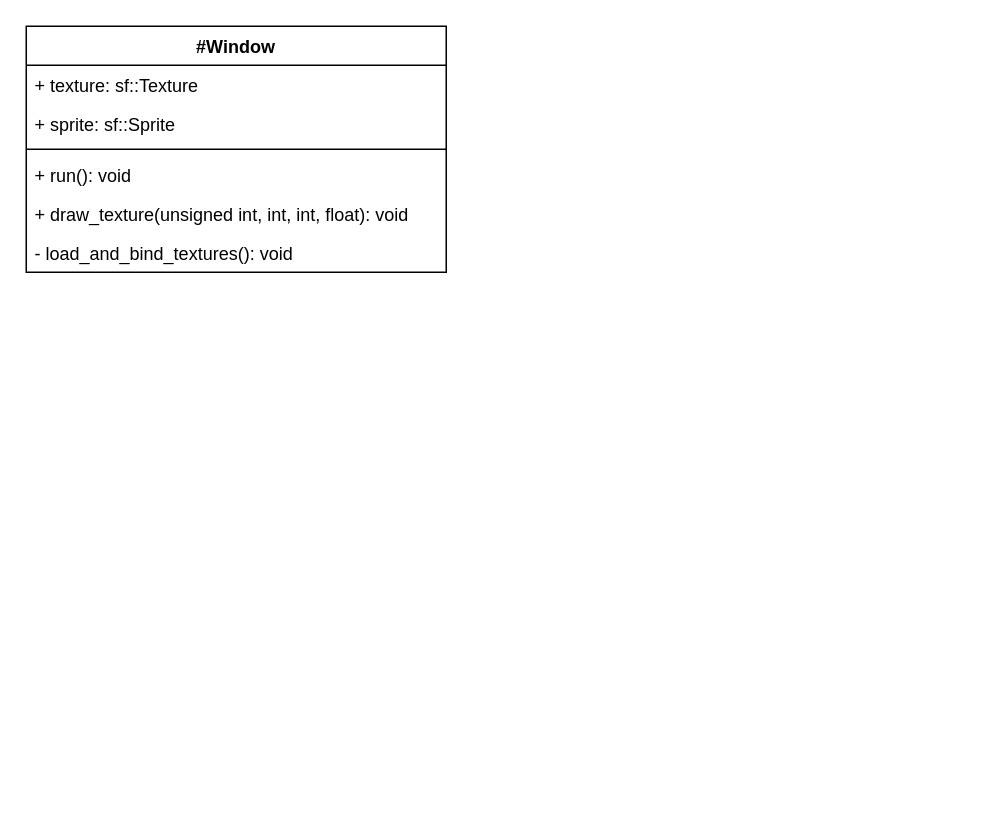
This is diagrams/class_diagram.drawio from arthurwinck/so-trab-final, a draw.io file, before an edit. Source tidied: cells renumbered, new cells numbered last; positions are measured from the earlier drawing's top-left corner, leaving out a move shared by most shapes. Both pictures are drawn from the tidied source at 150%, with x=0, y=0 at pixel (26, 26).
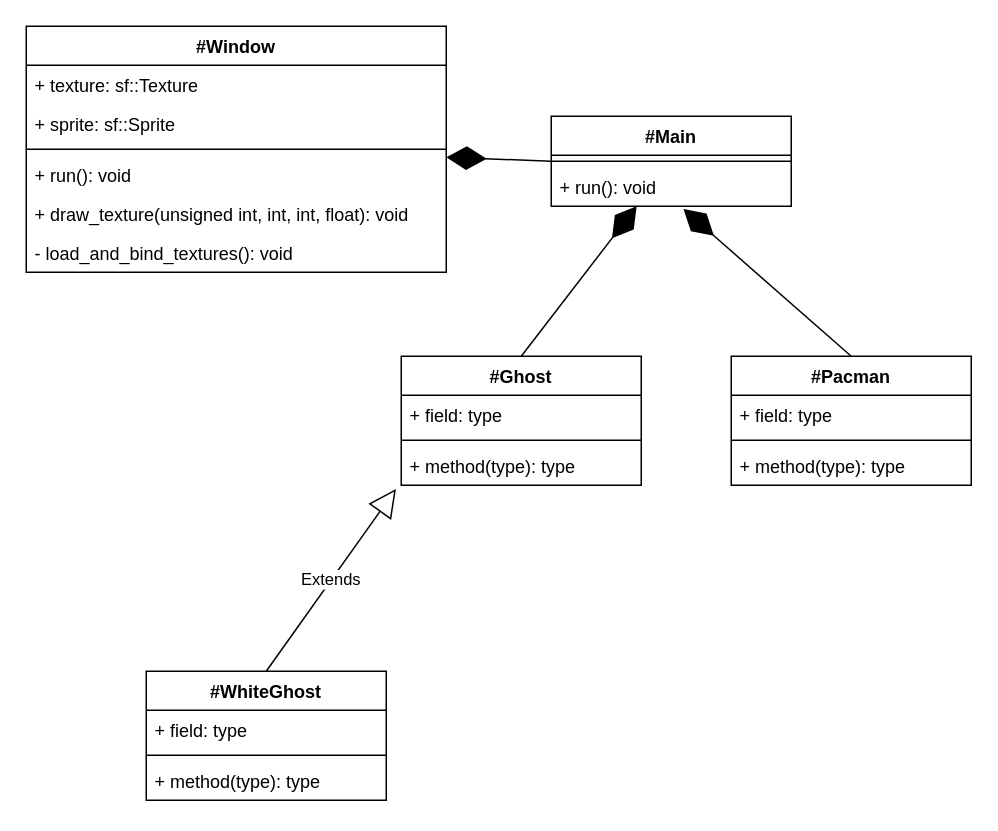
Above is the later version.

Commit message:
Início Diagramação

The change refers to these unchanged cells:
```xml
<mxCell id="2" value="#Window" style="swimlane;fontStyle=1;align=center;verticalAlign=top;horizontal=1;startSize=26;" parent="1" vertex="1">
  <mxGeometry width="280" height="164" as="geometry" />
</mxCell>
```

Change to the diagram source:
```diff
@@
+    <mxCell id="9" value="#Main" style="swimlane;fontStyle=1;align=center;verticalAlign=top;horizontal=1;startSize=26;" parent="1" vertex="1">
+      <mxGeometry x="350" y="60" width="160" height="60" as="geometry" />
+    </mxCell>
+    <mxCell id="10" style="line;strokeWidth=1;fillColor=none;align=left;verticalAlign=middle;spacingTop=-1;spacingLeft=3;spacingRight=3;labelPosition=right;" parent="9" vertex="1">
+      <mxGeometry y="26" width="160" height="8" as="geometry" />
+    </mxCell>
+    <mxCell id="11" value="+ run(): void" style="text;strokeColor=none;fillColor=none;align=left;verticalAlign=top;spacingLeft=4;spacingRight=4;overflow=hidden;points=[[0,0.5],[1,0.5]];portConstraint=eastwest;" parent="9" vertex="1">
+      <mxGeometry y="34" width="160" height="26" as="geometry" />
+    </mxCell>
+    <mxCell id="12" value="#Pacman" style="swimlane;fontStyle=1;align=center;verticalAlign=top;horizontal=1;startSize=26;" parent="1" vertex="1">
+      <mxGeometry x="470" y="220" width="160" height="86" as="geometry" />
+    </mxCell>
+    <mxCell id="13" value="+ field: type" style="text;strokeColor=none;fillColor=none;align=left;verticalAlign=top;spacingLeft=4;spacingRight=4;overflow=hidden;" parent="12" vertex="1">
+      <mxGeometry y="26" width="160" height="26" as="geometry" />
+    </mxCell>
+    <mxCell id="14" style="line;strokeWidth=1;fillColor=none;align=left;verticalAlign=middle;spacingTop=-1;spacingLeft=3;spacingRight=3;labelPosition=right;" parent="12" vertex="1">
+      <mxGeometry y="52" width="160" height="8" as="geometry" />
+    </mxCell>
+    <mxCell id="15" value="+ method(type): type" style="text;strokeColor=none;fillColor=none;align=left;verticalAlign=top;spacingLeft=4;spacingRight=4;overflow=hidden;" parent="12" vertex="1">
+      <mxGeometry y="60" width="160" height="26" as="geometry" />
+    </mxCell>
+    <mxCell id="16" style="endArrow=diamondThin;endFill=1;endSize=24;html=1;entryX=0.551;entryY=1.071;entryDx=0;entryDy=0;entryPerimeter=0;exitX=0.5;exitY=0;exitDx=0;exitDy=0;" parent="1" edge="1" source="12" target="11">
+      <mxGeometry relative="1" as="geometry" />
+    </mxCell>
+    <mxCell id="17" style="endArrow=diamondThin;endFill=1;endSize=24;html=1;exitX=0;exitY=0.5;exitDx=0;exitDy=0;" parent="1" edge="1" source="9" target="2">
+      <mxGeometry relative="1" as="geometry" />
+    </mxCell>
+    <mxCell id="18" style="endArrow=diamondThin;endFill=1;endSize=24;html=1;startArrow=none;exitX=0.5;exitY=0;exitDx=0;exitDy=0;" parent="1" edge="1" source="19" target="9">
+      <mxGeometry relative="1" as="geometry" />
+    </mxCell>
+    <mxCell id="19" value="#Ghost" style="swimlane;fontStyle=1;align=center;verticalAlign=top;horizontal=1;startSize=26;" parent="1" vertex="1">
+      <mxGeometry x="250" y="220" width="160" height="86" as="geometry" />
+    </mxCell>
+    <mxCell id="20" value="+ field: type" style="text;strokeColor=none;fillColor=none;align=left;verticalAlign=top;spacingLeft=4;spacingRight=4;overflow=hidden;" parent="19" vertex="1">
+      <mxGeometry y="26" width="160" height="26" as="geometry" />
+    </mxCell>
+    <mxCell id="21" style="line;strokeWidth=1;fillColor=none;align=left;verticalAlign=middle;spacingTop=-1;spacingLeft=3;spacingRight=3;labelPosition=right;" parent="19" vertex="1">
+      <mxGeometry y="52" width="160" height="8" as="geometry" />
+    </mxCell>
+    <mxCell id="22" value="+ method(type): type" style="text;strokeColor=none;fillColor=none;align=left;verticalAlign=top;spacingLeft=4;spacingRight=4;overflow=hidden;points=[[0,0.5],[1,0.5]];portConstraint=eastwest;" parent="19" vertex="1">
+      <mxGeometry y="60" width="160" height="26" as="geometry" />
+    </mxCell>
+    <mxCell id="23" value="Extends" style="endArrow=block;endSize=16;endFill=0;html=1;entryX=-0.022;entryY=1.097;entryDx=0;entryDy=0;entryPerimeter=0;" parent="1" edge="1" target="22">
+      <mxGeometry relative="1" as="geometry">
+        <mxPoint x="160" y="430" as="sourcePoint" />
+      </mxGeometry>
+    </mxCell>
+    <mxCell id="24" value="#WhiteGhost" style="swimlane;fontStyle=1;align=center;verticalAlign=top;horizontal=1;startSize=26;" parent="1" vertex="1">
+      <mxGeometry x="80" y="430" width="160" height="86" as="geometry" />
+    </mxCell>
+    <mxCell id="25" value="+ field: type" style="text;strokeColor=none;fillColor=none;align=left;verticalAlign=top;spacingLeft=4;spacingRight=4;overflow=hidden;" parent="24" vertex="1">
+      <mxGeometry y="26" width="160" height="26" as="geometry" />
+    </mxCell>
+    <mxCell id="26" style="line;strokeWidth=1;fillColor=none;align=left;verticalAlign=middle;spacingTop=-1;spacingLeft=3;spacingRight=3;labelPosition=right;" parent="24" vertex="1">
+      <mxGeometry y="52" width="160" height="8" as="geometry" />
+    </mxCell>
+    <mxCell id="27" value="+ method(type): type" style="text;strokeColor=none;fillColor=none;align=left;verticalAlign=top;spacingLeft=4;spacingRight=4;overflow=hidden;" parent="24" vertex="1">
+      <mxGeometry y="60" width="160" height="26" as="geometry" />
+    </mxCell>
```
